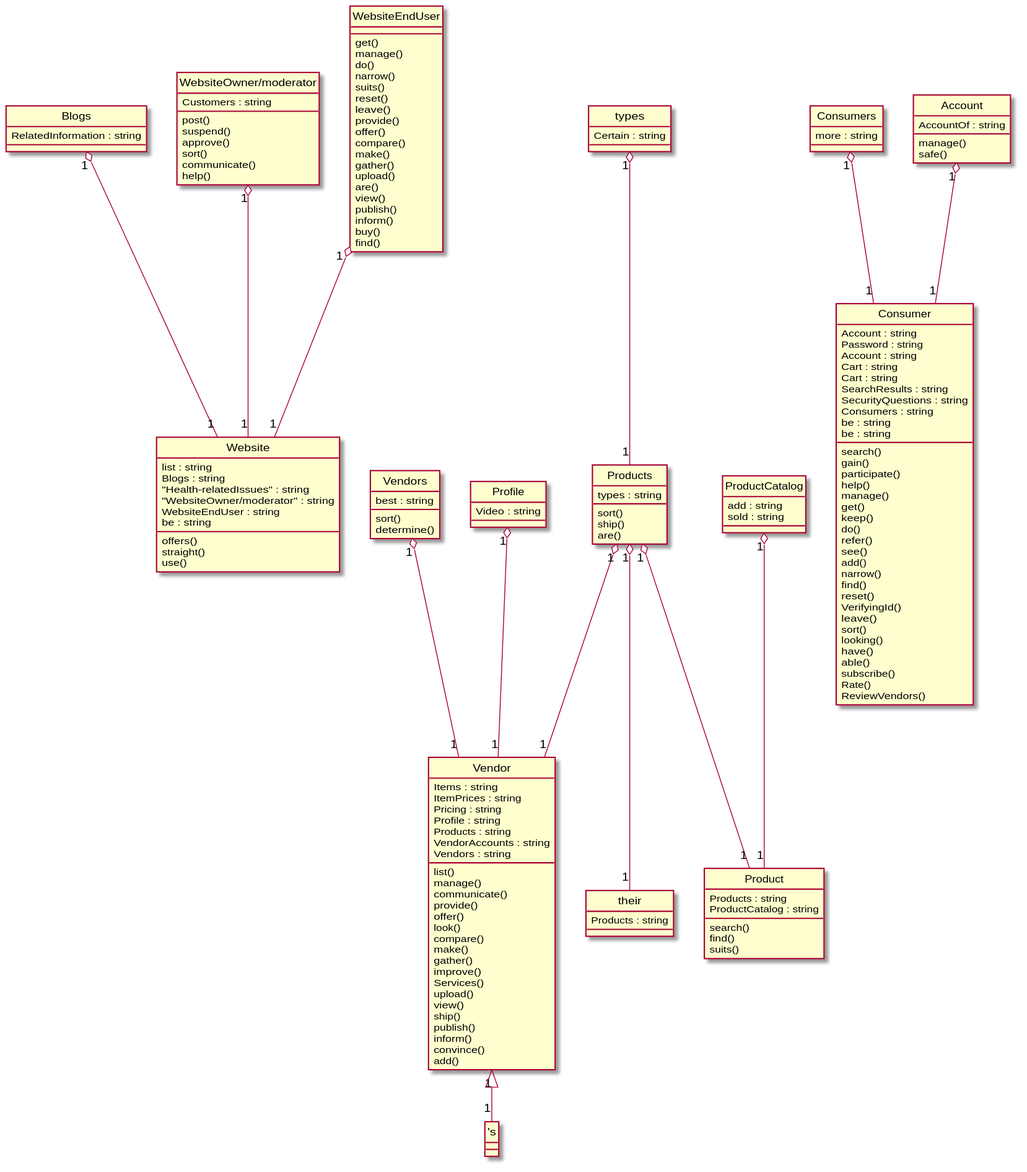
This is Diagrams/2015-USC-Project07.svg from xixixhalu/DomainModelExtractor, a PlantUML export, as it was before one commit.
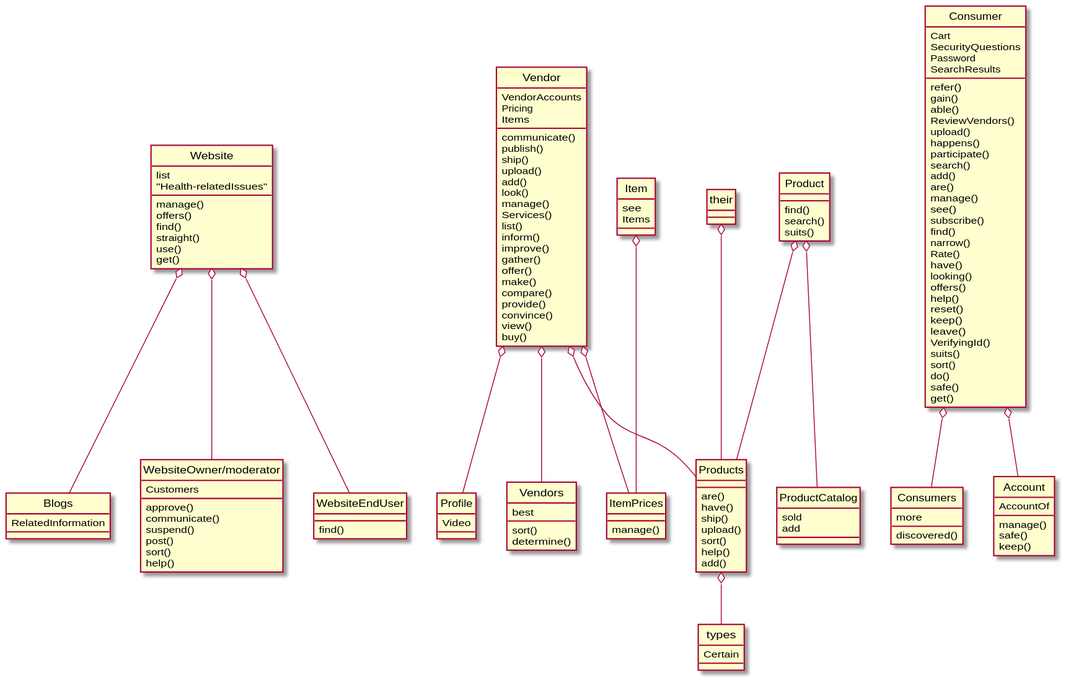
After the change.

Change to the diagram source:
```diff
@@ -1,161 +1,149 @@
 @startuml
 hide circle
 class Website {
-	list : string
-	Blogs : string
-	"Health-relatedIssues" : string
-	"WebsiteOwner/moderator" : string
-	WebsiteEndUser : string
-	be : string
+	list
+	"Health-relatedIssues"
+	manage()
 	offers()
+	find()
 	straight()
 	use()
+	get()
 }
 class Vendor {
-	Items : string
-	ItemPrices : string
-	Pricing : string
-	Profile : string
-	Products : string
-	VendorAccounts : string
-	Vendors : string
+	VendorAccounts
+	Pricing
+	Items
+	communicate()
+	publish()
+	ship()
+	upload()
+	add()
+	look()
+	manage()
+	Services()
 	list()
-	manage()
-	communicate()
+	inform()
+	improve()
+	gather()
+	offer()
+	make()
+	compare()
 	provide()
-	offer()
-	look()
-	compare()
-	make()
-	gather()
-	improve()
-	Services()
-	upload()
+	convince()
 	view()
-	ship()
-	publish()
-	inform()
-	convince()
-	add()
+	buy()
 }
 class Blogs {
-	RelatedInformation : string
+	RelatedInformation
 }
 class WebsiteOwner/moderator {
-	Customers : string
+	Customers
+	approve()
+	communicate()
+	suspend()
 	post()
-	suspend()
-	approve()
 	sort()
-	communicate()
 	help()
 }
 class Vendors {
-	best : string
+	best
 	sort()
 	determine()
 }
 class their {
-	Products : string
 }
 class Consumer {
-	Account : string
-	Password : string
-	Account : string
-	Cart : string
-	Cart : string
-	SearchResults : string
-	SecurityQuestions : string
-	Consumers : string
-	be : string
-	be : string
+	Cart
+	SecurityQuestions
+	Password
+	SearchResults
+	refer()
+	gain()
+	able()
+	ReviewVendors()
+	upload()
+	happens()
+	participate()
 	search()
-	gain()
-	participate()
+	add()
+	are()
+	manage()
+	see()
+	subscribe()
+	find()
+	narrow()
+	Rate()
+	have()
+	looking()
+	offers()
 	help()
-	manage()
+	reset()
+	keep()
+	leave()
+	VerifyingId()
+	suits()
+	sort()
+	do()
+	safe()
 	get()
-	keep()
-	do()
-	refer()
-	see()
-	add()
-	narrow()
-	find()
-	reset()
-	VerifyingId()
-	leave()
-	sort()
-	looking()
-	have()
-	able()
-	subscribe()
-	Rate()
-	ReviewVendors()
+}
+class Item {
+	see
+	Items
 }
 class Consumers {
-	more : string
+	more
+	discovered()
 }
 class Profile {
-	Video : string
+	Video
 }
 class ProductCatalog {
-	add : string
-	sold : string
+	sold
+	add
 }
 class Products {
-	types : string
+	are()
+	have()
+	ship()
+	upload()
 	sort()
-	ship()
-	are()
+	help()
+	add()
 }
 class types {
-	Certain : string
+	Certain
 }
 class Account {
-	AccountOf : string
+	AccountOf
 	manage()
 	safe()
+	keep()
 }
 class Product {
-	Products : string
-	ProductCatalog : string
+	find()
 	search()
-	find()
 	suits()
 }
 class WebsiteEndUser {
-	get()
-	manage()
-	do()
-	narrow()
-	suits()
-	reset()
-	leave()
-	provide()
-	offer()
-	compare()
-	make()
-	gather()
-	upload()
-	are()
-	view()
-	publish()
-	inform()
-	buy()
 	find()
 }
-Vendors "1" o-- "1" Vendor
-types "1" o-- "1" Products
-Profile "1" o-- "1" Vendor
-Vendor "1" <|-- "1" "'s"
-ProductCatalog "1" o-- "1" Product
-Products "1" o-- "1" Vendor
-Blogs "1" o-- "1" Website
-Products "1" o-- "1" Product
-Products "1" o-- "1" their
-"WebsiteOwner/moderator" "1" o-- "1" Website
-Consumers "1" o-- "1" Consumer
-WebsiteEndUser "1" o-- "1" Website
-Account "1" o-- "1" Consumer
+class ItemPrices {
+	manage()
+}
+Website o-- "WebsiteOwner/moderator"
+Products o-- types
+Vendor o-- ItemPrices
+Product o-- ProductCatalog
+their o-- Products
+Website o-- WebsiteEndUser
+Product o-- Products
+Consumer o-- Consumers
+Vendor o-- Vendors
+Website o-- Blogs
+Consumer o-- Account
+Vendor o-- Profile
+Item o-- ItemPrices
+Vendor o-- Products
 @enduml
```
